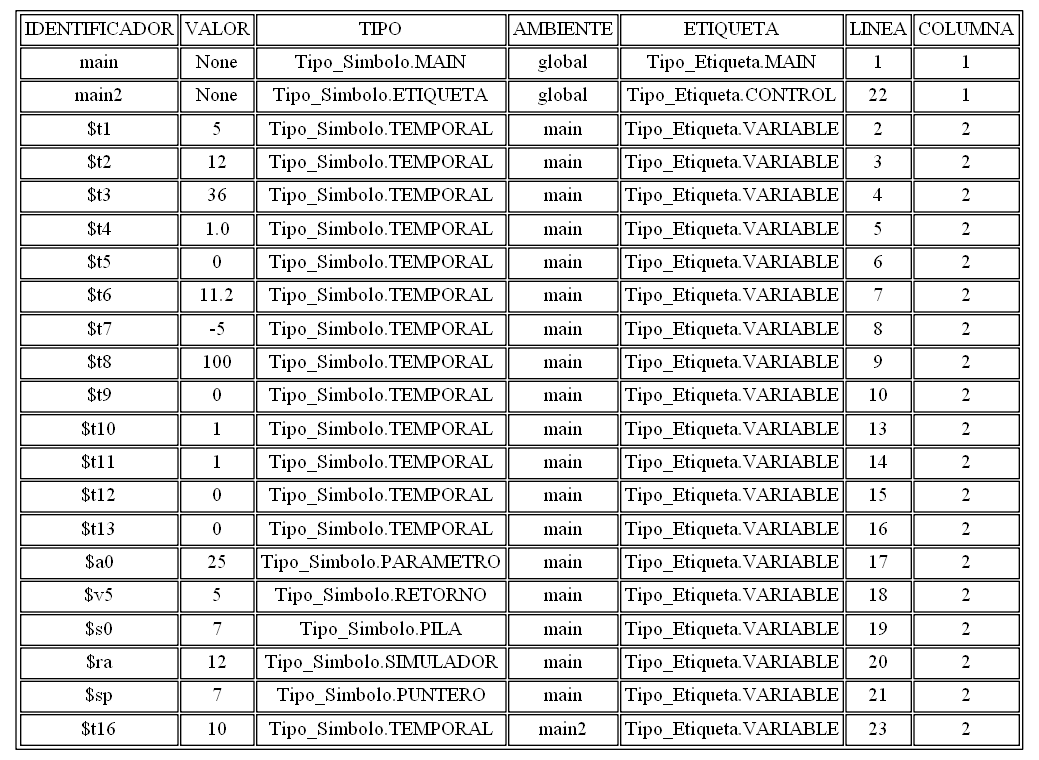
AndreeAvalos/OLC2-AUGUS keeps this Graphviz diagram as tablasimbolos.png. Above is the earlier version. Its source is kept beside it as tablasimbolos.dot.
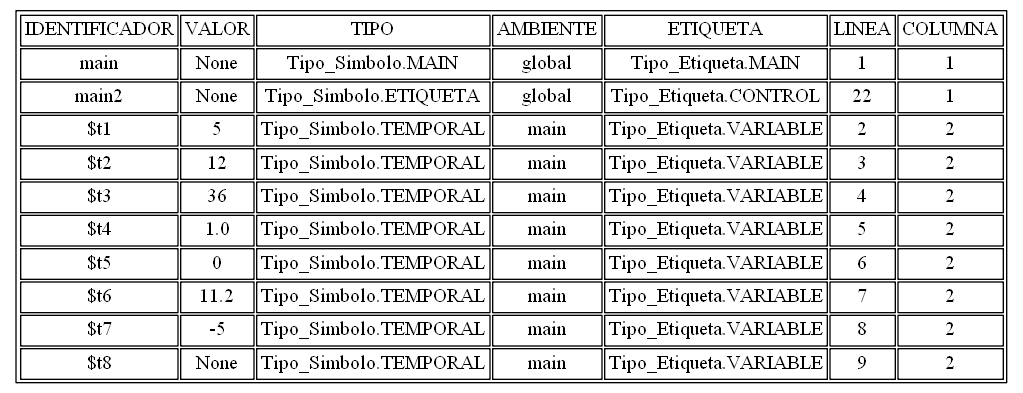
Later version of the same file.

Change to the diagram source:
```diff
@@ -12,18 +12,7 @@
 <TR><TD>$t5</TD><TD>0</TD><TD>Tipo_Simbolo.TEMPORAL</TD><TD>main</TD><TD>Tipo_Etiqueta.VARIABLE</TD><TD>6</TD><TD>2</TD></TR>
 <TR><TD>$t6</TD><TD>11.2</TD><TD>Tipo_Simbolo.TEMPORAL</TD><TD>main</TD><TD>Tipo_Etiqueta.VARIABLE</TD><TD>7</TD><TD>2</TD></TR>
 <TR><TD>$t7</TD><TD>-5</TD><TD>Tipo_Simbolo.TEMPORAL</TD><TD>main</TD><TD>Tipo_Etiqueta.VARIABLE</TD><TD>8</TD><TD>2</TD></TR>
-<TR><TD>$t8</TD><TD>100</TD><TD>Tipo_Simbolo.TEMPORAL</TD><TD>main</TD><TD>Tipo_Etiqueta.VARIABLE</TD><TD>9</TD><TD>2</TD></TR>
-<TR><TD>$t9</TD><TD>0</TD><TD>Tipo_Simbolo.TEMPORAL</TD><TD>main</TD><TD>Tipo_Etiqueta.VARIABLE</TD><TD>10</TD><TD>2</TD></TR>
-<TR><TD>$t10</TD><TD>1</TD><TD>Tipo_Simbolo.TEMPORAL</TD><TD>main</TD><TD>Tipo_Etiqueta.VARIABLE</TD><TD>13</TD><TD>2</TD></TR>
-<TR><TD>$t11</TD><TD>1</TD><TD>Tipo_Simbolo.TEMPORAL</TD><TD>main</TD><TD>Tipo_Etiqueta.VARIABLE</TD><TD>14</TD><TD>2</TD></TR>
-<TR><TD>$t12</TD><TD>0</TD><TD>Tipo_Simbolo.TEMPORAL</TD><TD>main</TD><TD>Tipo_Etiqueta.VARIABLE</TD><TD>15</TD><TD>2</TD></TR>
-<TR><TD>$t13</TD><TD>0</TD><TD>Tipo_Simbolo.TEMPORAL</TD><TD>main</TD><TD>Tipo_Etiqueta.VARIABLE</TD><TD>16</TD><TD>2</TD></TR>
-<TR><TD>$a0</TD><TD>25</TD><TD>Tipo_Simbolo.PARAMETRO</TD><TD>main</TD><TD>Tipo_Etiqueta.VARIABLE</TD><TD>17</TD><TD>2</TD></TR>
-<TR><TD>$v5</TD><TD>5</TD><TD>Tipo_Simbolo.RETORNO</TD><TD>main</TD><TD>Tipo_Etiqueta.VARIABLE</TD><TD>18</TD><TD>2</TD></TR>
-<TR><TD>$s0</TD><TD>7</TD><TD>Tipo_Simbolo.PILA</TD><TD>main</TD><TD>Tipo_Etiqueta.VARIABLE</TD><TD>19</TD><TD>2</TD></TR>
-<TR><TD>$ra</TD><TD>12</TD><TD>Tipo_Simbolo.SIMULADOR</TD><TD>main</TD><TD>Tipo_Etiqueta.VARIABLE</TD><TD>20</TD><TD>2</TD></TR>
-<TR><TD>$sp</TD><TD>7</TD><TD>Tipo_Simbolo.PUNTERO</TD><TD>main</TD><TD>Tipo_Etiqueta.VARIABLE</TD><TD>21</TD><TD>2</TD></TR>
-<TR><TD>$t16</TD><TD>10</TD><TD>Tipo_Simbolo.TEMPORAL</TD><TD>main2</TD><TD>Tipo_Etiqueta.VARIABLE</TD><TD>23</TD><TD>2</TD></TR>
+<TR><TD>$t8</TD><TD>None</TD><TD>Tipo_Simbolo.TEMPORAL</TD><TD>main</TD><TD>Tipo_Etiqueta.VARIABLE</TD><TD>9</TD><TD>2</TD></TR>
 </TABLE>
 >, ];
 }
```
